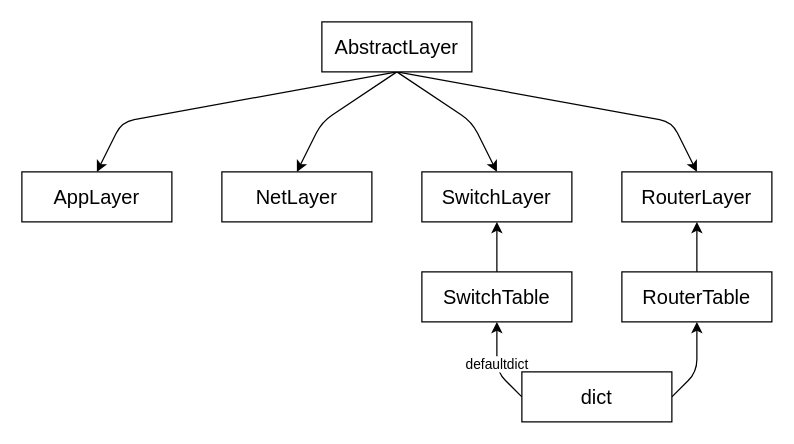
This is Project1-MinNE-python/design/layer.drawio from mrcaidev/computer-network-and-communication-technology, a draw.io file, before an edit. Source tidied: cells renumbered, new cells numbered last; positions are measured from the earlier drawing's top-left corner, leaving out a move shared by most shapes. Both pictures are drawn from the tidied source at 125%, with x=0, y=0 at pixel (21, 21).
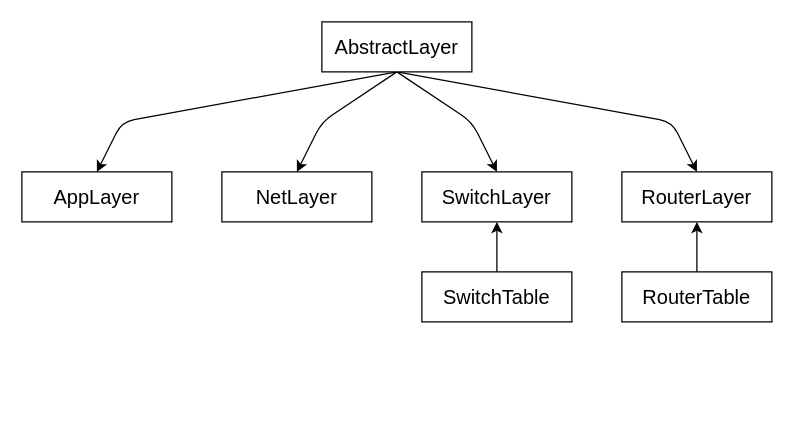
Above is the later version.

The change refers to these unchanged cells:
```xml
<mxCell id="12" value="&lt;font style=&quot;font-size: 16px&quot;&gt;RouterTable&lt;/font&gt;" style="rounded=0;whiteSpace=wrap;html=1;" parent="1" vertex="1">
  <mxGeometry x="480" y="200" width="120" height="40" as="geometry" />
</mxCell>
<mxCell id="14" value="&lt;font style=&quot;font-size: 16px&quot;&gt;SwitchTable&lt;br&gt;&lt;/font&gt;" style="rounded=0;whiteSpace=wrap;html=1;" parent="1" vertex="1">
  <mxGeometry x="320" y="200" width="120" height="40" as="geometry" />
</mxCell>
```

Change to the diagram source:
```diff
@@
-    <mxCell id="15" style="edgeStyle=none;html=1;exitX=1;exitY=0.5;exitDx=0;exitDy=0;entryX=0.5;entryY=1;entryDx=0;entryDy=0;" parent="1" edge="1" source="17" target="12">
-      <mxGeometry relative="1" as="geometry">
-        <Array as="points">
-          <mxPoint x="540" y="280" />
-        </Array>
-      </mxGeometry>
-    </mxCell>
-    <mxCell id="16" value="defaultdict" style="edgeStyle=none;html=1;exitX=0;exitY=0.5;exitDx=0;exitDy=0;entryX=0.5;entryY=1;entryDx=0;entryDy=0;" parent="1" edge="1" source="17" target="14">
-      <mxGeometry relative="1" as="geometry">
-        <Array as="points">
-          <mxPoint x="380" y="280" />
-        </Array>
-      </mxGeometry>
-    </mxCell>
-    <mxCell id="17" value="&lt;font style=&quot;font-size: 16px&quot;&gt;dict&lt;br&gt;&lt;/font&gt;" style="rounded=0;whiteSpace=wrap;html=1;" parent="1" vertex="1">
-      <mxGeometry x="400" y="280" width="120" height="40" as="geometry" />
-    </mxCell>
```
